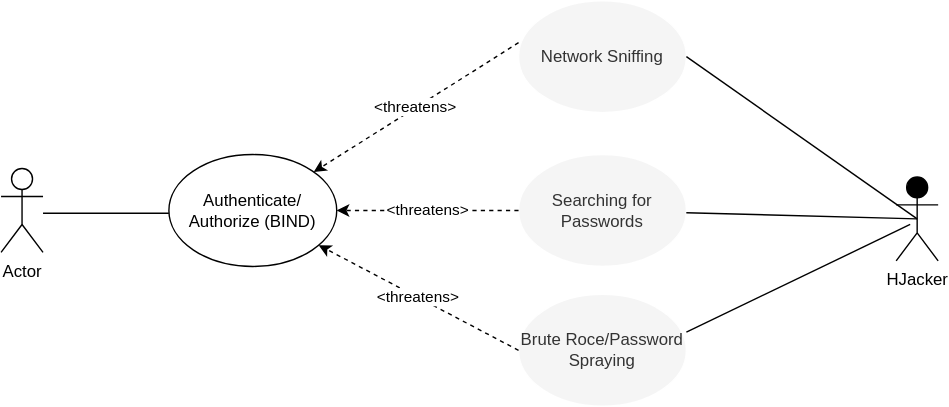
bartelsjoshuac/SAPG keeps this draw.io diagram as images/Use-Misuse Case 1 -Bind.drawio.svg. Above is the earlier version. Source tidied: cells renumbered, new cells last; positions are measured from the earlier drawing's top-left corner, leaving out a move shared by most shapes.
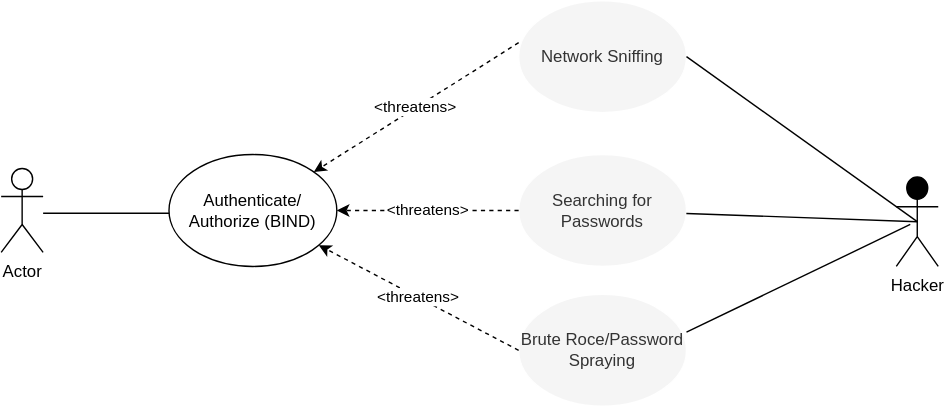
After the commit.

What changed in the source:
```diff
@@ -17,8 +17,8 @@
     <mxCell id="5" value="Network Sniffing" style="ellipse;whiteSpace=wrap;html=1;fillStyle=solid;strokeColor=#FFFFFF;fillColor=#f5f5f5;fontColor=#333333;" parent="1" vertex="1">
       <mxGeometry x="370" width="120" height="80" as="geometry" />
     </mxCell>
-    <mxCell id="6" value="HJacker" style="shape=umlActor;verticalLabelPosition=bottom;verticalAlign=top;html=1;outlineConnect=0;fillColor=#000000;" parent="1" vertex="1">
-      <mxGeometry x="640" y="126" width="30" height="60" as="geometry" />
+    <mxCell id="6" value="Hacker" style="shape=umlActor;verticalLabelPosition=bottom;verticalAlign=top;html=1;outlineConnect=0;fillColor=#000000;" parent="1" vertex="1">
+      <mxGeometry x="640" y="126" width="30" height="64" as="geometry" />
     </mxCell>
     <mxCell id="7" value="Searching for Passwords" style="ellipse;whiteSpace=wrap;html=1;fillColor=#f5f5f5;fontColor=#333333;fillStyle=solid;strokeColor=#FFFFFF;" parent="1" vertex="1">
       <mxGeometry x="370" y="110" width="120" height="80" as="geometry" />
```
